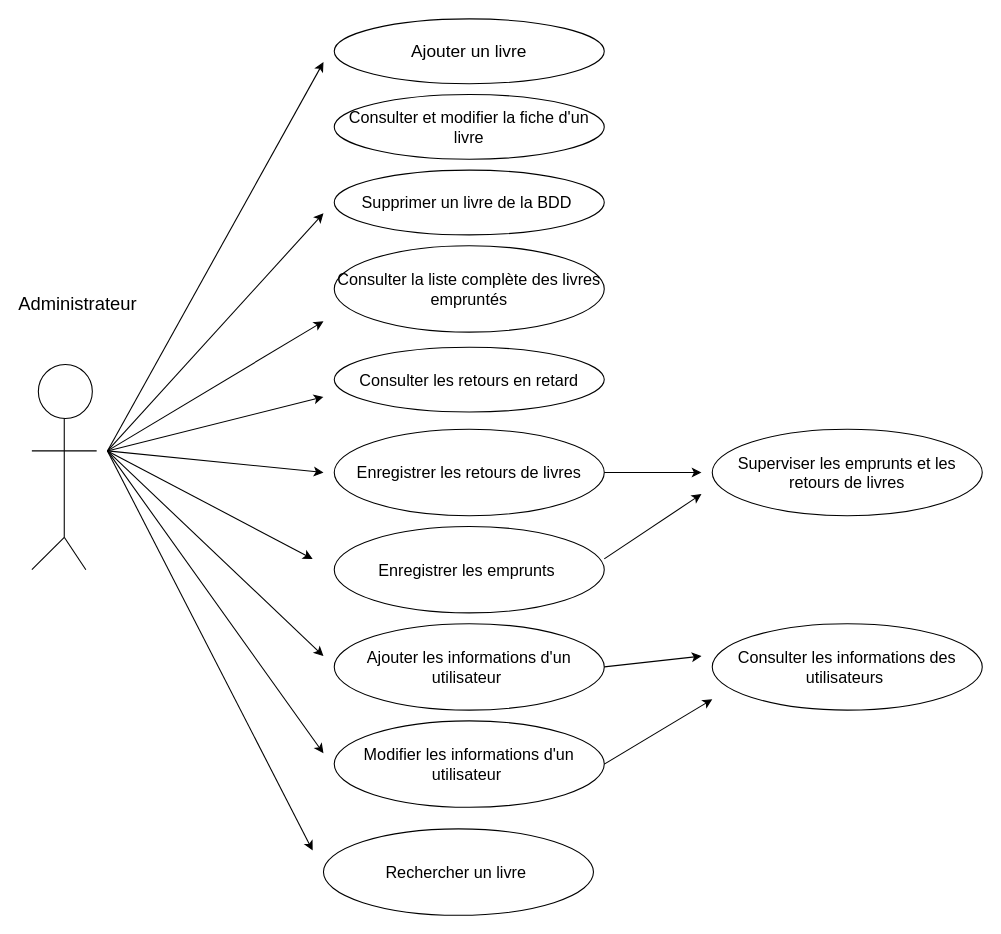
Above: page "Use Case Administrateur" (1 of 4) of diagramme/Diagramme UML Bibliothèque.drawio in JocelyneMuller/Projet-Biblioth-que (draw.io), before the change. Source tidied: cells renumbered, new cells numbered last; positions are measured from the earlier drawing's top-left corner, leaving out a move shared by most shapes. Both pictures are drawn from the tidied source at 108%, with x=0, y=0 at pixel (31, 18).
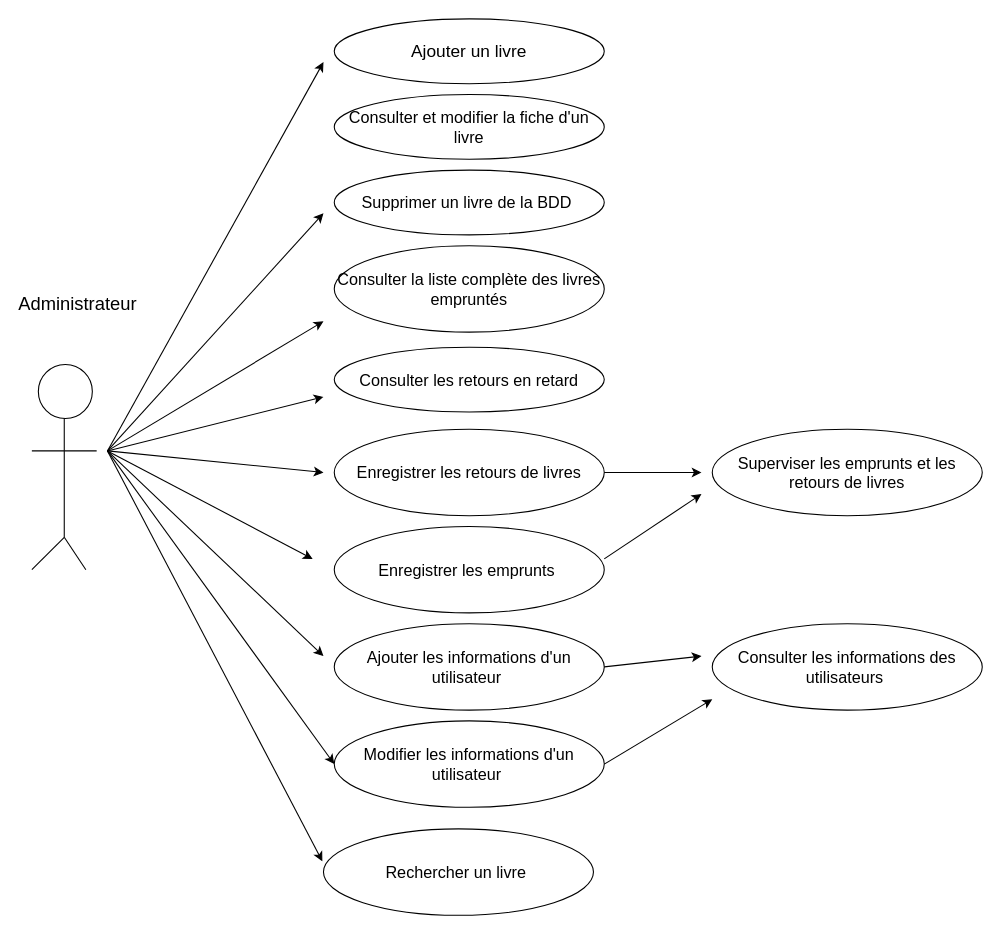
Above is the later version.

Unchanged cells that the change refers to:
```xml
<mxCell id="16" value="&lt;font style=&quot;font-size: 15px;&quot;&gt;Rechercher un livre&amp;nbsp;&lt;/font&gt;" style="ellipse;whiteSpace=wrap;html=1;" parent="1" vertex="1">
  <mxGeometry x="270" y="750" width="250" height="80" as="geometry" />
</mxCell>
<mxCell id="20" value="&lt;font style=&quot;font-size: 15px;&quot;&gt;Modifier les informations d'un utilisateur&amp;nbsp;&lt;/font&gt;" style="ellipse;whiteSpace=wrap;html=1;" parent="1" vertex="1">
  <mxGeometry x="280" y="650" width="250" height="80" as="geometry" />
</mxCell>
```

What changed in the source:
```diff
@@
-    <mxCell id="32" style="endArrow=classic;html=1;rounded=0;" parent="1" edge="1">
+    <mxCell id="32" style="endArrow=classic;html=1;rounded=0;entryX=0;entryY=0.5;entryDx=0;entryDy=0;" parent="1" edge="1" target="20">
       <mxGeometry relative="1" as="geometry">
         <mxPoint x="70" y="400" as="sourcePoint" />
-        <mxPoint x="270" y="680" as="targetPoint" />
       </mxGeometry>
     </mxCell>
-    <mxCell id="33" style="endArrow=classic;html=1;rounded=0;" parent="1" edge="1">
+    <mxCell id="33" style="endArrow=classic;html=1;rounded=0;entryX=-0.004;entryY=0.375;entryDx=0;entryDy=0;entryPerimeter=0;" parent="1" edge="1" target="16">
       <mxGeometry relative="1" as="geometry">
         <mxPoint x="70" y="400" as="sourcePoint" />
-        <mxPoint x="260" y="770" as="targetPoint" />
       </mxGeometry>
     </mxCell>
```
